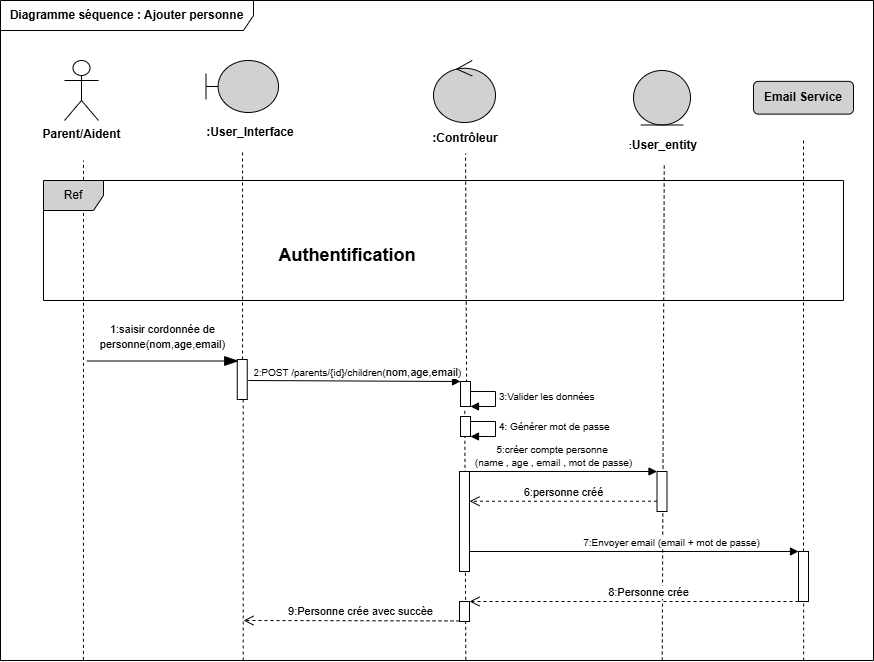
Above: images/DS_ Ajouter personne_S2.drawio.png in Hadil-fk/SafeTrack-rapport (draw.io), before the change. Source tidied: cells renumbered, new cells last; positions are measured from the earlier drawing's top-left corner, leaving out a move shared by most shapes.
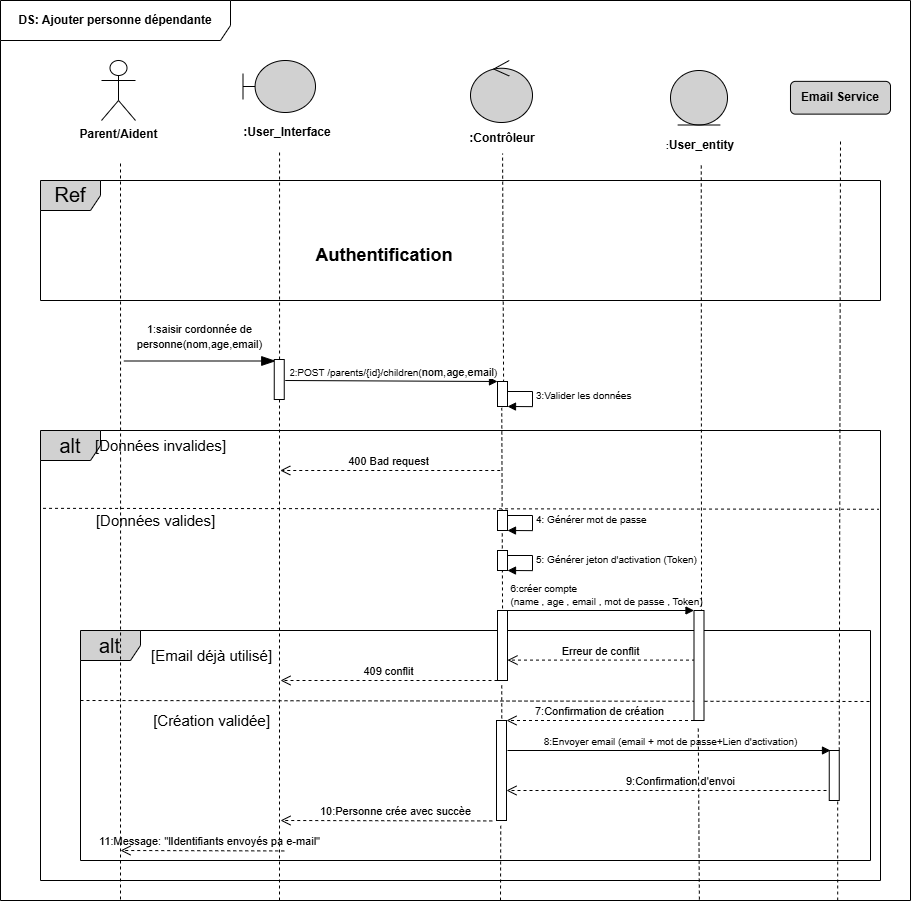
The same diagram one commit later.

The edit, as a diff of the source:
```diff
@@ -2,11 +2,16 @@
   <root>
     <mxCell id="0" />
     <mxCell id="1" parent="0" />
+    <mxCell id="33" style="endArrow=none;dashed=1;html=1;rounded=0;exitX=0.25;exitY=1;exitDx=0;exitDy=0;" parent="1" edge="1" source="54">
+      <mxGeometry relative="1" as="geometry">
+        <mxPoint x="83" y="160" as="targetPoint" />
+      </mxGeometry>
+    </mxCell>
-    <mxCell id="2" style="endArrow=none;dashed=1;html=1;rounded=0;entryX=0.425;entryY=1.053;entryDx=0;entryDy=0;entryPerimeter=0;exitX=0.533;exitY=0.999;exitDx=0;exitDy=0;exitPerimeter=0;" parent="1" edge="1" source="3" target="24">
+    <mxCell id="2" style="endArrow=none;dashed=1;html=1;rounded=0;entryX=0.425;entryY=1.053;entryDx=0;entryDy=0;entryPerimeter=0;exitX=0.533;exitY=0.999;exitDx=0;exitDy=0;exitPerimeter=0;" parent="1" edge="1" source="20" target="24">
       <mxGeometry relative="1" as="geometry" />
     </mxCell>
-    <mxCell id="3" value="&lt;b&gt;Diagramme séquence : Ajouter personne&lt;/b&gt;" style="shape=umlFrame;whiteSpace=wrap;html=1;width=253;height=30;" parent="1" vertex="1">
-      <mxGeometry width="873" height="660" as="geometry" />
+    <mxCell id="3" value="&lt;b&gt;DS: Ajouter personne dépendante&lt;/b&gt;" style="shape=umlFrame;whiteSpace=wrap;html=1;width=230;height=40;" parent="1" vertex="1">
+      <mxGeometry x="-37" width="910" height="900" as="geometry" />
     </mxCell>
     <mxCell id="4" value="&lt;font style=&quot;font-size: 12px;&quot;&gt;&lt;b&gt;Parent/Aident&lt;/b&gt;&lt;/font&gt;" style="shape=umlActor;verticalLabelPosition=bottom;verticalAlign=top;html=1;" parent="1" vertex="1">
       <mxGeometry x="64" y="60" width="34" height="60" as="geometry" />
@@ -35,7 +40,7 @@
     <mxCell id="12" style="endArrow=none;dashed=1;html=1;rounded=0;exitX=0.619;exitY=1.004;exitDx=0;exitDy=0;exitPerimeter=0;" parent="1" edge="1" source="24" target="8">
       <mxGeometry relative="1" as="geometry" />
     </mxCell>
-    <mxCell id="13" style="endArrow=none;dashed=1;html=1;rounded=0;entryX=0.425;entryY=1.053;entryDx=0;entryDy=0;entryPerimeter=0;exitX=0.758;exitY=1;exitDx=0;exitDy=0;exitPerimeter=0;" parent="1" edge="1" source="3">
+    <mxCell id="13" style="endArrow=none;dashed=1;html=1;rounded=0;entryX=0.425;entryY=1.053;entryDx=0;entryDy=0;entryPerimeter=0;exitX=0.758;exitY=1;exitDx=0;exitDy=0;exitPerimeter=0;" parent="1" edge="1" source="22">
       <mxGeometry relative="1" as="geometry">
         <mxPoint x="663.8" y="165" as="targetPoint" />
       </mxGeometry>
@@ -46,8 +51,10 @@
         <mxPoint x="238.2" y="360.5" as="targetPoint" />
       </mxGeometry>
     </mxCell>
-    <mxCell id="15" style="endArrow=none;dashed=1;html=1;rounded=0;exitX=0.278;exitY=1;exitDx=0;exitDy=0;exitPerimeter=0;" parent="1" edge="1" source="3" target="16">
-      <mxGeometry relative="1" as="geometry" />
+    <mxCell id="15" style="endArrow=none;dashed=1;html=1;rounded=0;" parent="1" edge="1" target="16">
+      <mxGeometry relative="1" as="geometry">
+        <mxPoint x="242" y="900" as="sourcePoint" />
+      </mxGeometry>
     </mxCell>
     <mxCell id="16" style="html=1;points=[[0,0,0,0,5],[0,1,0,0,-5],[1,0,0,0,5],[1,1,0,0,-5]];perimeter=orthogonalPerimeter;outlineConnect=0;targetShapes=umlLifeline;portConstraint=eastwest;newEdgeStyle={&quot;curved&quot;:0,&quot;rounded&quot;:0};" parent="1" vertex="1">
       <mxGeometry x="236.8" y="359" width="10" height="40" as="geometry" />
@@ -69,39 +76,37 @@
         </Array>
       </mxGeometry>
     </mxCell>
-    <mxCell id="20" style="html=1;points=[[0,0,0,0,5],[0,1,0,0,-5],[1,0,0,0,5],[1,1,0,0,-5]];perimeter=orthogonalPerimeter;outlineConnect=0;targetShapes=umlLifeline;portConstraint=eastwest;newEdgeStyle={&quot;curved&quot;:0,&quot;rounded&quot;:0};" parent="1" vertex="1">
-      <mxGeometry x="459" y="471" width="10" height="100" as="geometry" />
-    </mxCell>
-    <mxCell id="21" value="&lt;font style=&quot;font-size: 10px;&quot;&gt;5:créer compte personne&amp;nbsp;&lt;/font&gt;&lt;div&gt;&lt;font style=&quot;font-size: 10px;&quot;&gt;(name , age , email , mot de passe)&lt;/font&gt;&lt;/div&gt;" style="html=1;verticalAlign=bottom;endArrow=block;curved=0;rounded=0;" parent="1" edge="1" target="22">
-      <mxGeometry x="-0.05" relative="1" as="geometry">
-        <mxPoint x="460" y="471" as="sourcePoint" />
+    <mxCell id="21" value="&lt;div style=&quot;text-align: left;&quot;&gt;&lt;span style=&quot;font-size: 10px; background-color: transparent; color: light-dark(rgb(0, 0, 0), rgb(255, 255, 255));&quot;&gt;6:créer compte&lt;/span&gt;&lt;/div&gt;&lt;div style=&quot;text-align: left;&quot;&gt;&lt;span style=&quot;font-size: 10px; background-color: transparent; color: light-dark(rgb(0, 0, 0), rgb(255, 255, 255)); text-align: center;&quot;&gt;(name , age , email , mot de passe , Token)&lt;/span&gt;&lt;/div&gt;" style="html=1;verticalAlign=bottom;endArrow=block;curved=0;rounded=0;labelBackgroundColor=none;" parent="1" edge="1" target="22">
+      <mxGeometry x="0.11" relative="1" as="geometry">
+        <mxPoint x="460" y="610" as="sourcePoint" />
       </mxGeometry>
     </mxCell>
-    <mxCell id="22" style="html=1;points=[[0,0,0,0,5],[0,1,0,0,-5],[1,0,0,0,5],[1,1,0,0,-5]];perimeter=orthogonalPerimeter;outlineConnect=0;targetShapes=umlLifeline;portConstraint=eastwest;newEdgeStyle={&quot;curved&quot;:0,&quot;rounded&quot;:0};" parent="1" vertex="1">
-      <mxGeometry x="656.5" y="471" width="10" height="40" as="geometry" />
-    </mxCell>
-    <mxCell id="23" value="6:personne créé" style="html=1;verticalAlign=bottom;endArrow=open;dashed=1;endSize=8;curved=0;rounded=0;" parent="1" edge="1" target="20">
+    <mxCell id="23" value="Erreur de conflit" style="html=1;verticalAlign=bottom;endArrow=open;dashed=1;endSize=8;curved=0;rounded=0;" parent="1" edge="1">
       <mxGeometry relative="1" as="geometry">
-        <mxPoint x="656.5" y="500.7" as="sourcePoint" />
+        <mxPoint x="657.5" y="659.6" as="sourcePoint" />
+        <mxPoint x="470" y="659.6" as="targetPoint" />
       </mxGeometry>
     </mxCell>
     <mxCell id="24" style="html=1;points=[[0,0,0,0,5],[0,1,0,0,-5],[1,0,0,0,5],[1,1,0,0,-5]];perimeter=orthogonalPerimeter;outlineConnect=0;targetShapes=umlLifeline;portConstraint=eastwest;newEdgeStyle={&quot;curved&quot;:0,&quot;rounded&quot;:0};" parent="1" vertex="1">
       <mxGeometry x="460" y="381" width="10" height="25" as="geometry" />
     </mxCell>
-    <mxCell id="25" value="&lt;span style=&quot;font-size: 10px;&quot;&gt;4: Générer mot de passe&lt;/span&gt;" style="html=1;align=left;spacingLeft=2;endArrow=block;rounded=0;edgeStyle=orthogonalEdgeStyle;curved=0;rounded=0;" parent="1" edge="1" target="26">
+    <mxCell id="25" value="&lt;span style=&quot;font-size: 10px;&quot;&gt;5: Générer jeton d'activation (Token)&lt;/span&gt;" style="html=1;align=left;spacingLeft=2;endArrow=block;rounded=0;edgeStyle=orthogonalEdgeStyle;curved=0;rounded=0;" parent="1" edge="1" target="26">
       <mxGeometry relative="1" as="geometry">
-        <mxPoint x="465" y="421" as="sourcePoint" />
+        <mxPoint x="465" y="555" as="sourcePoint" />
         <Array as="points">
-          <mxPoint x="495" y="421" />
-          <mxPoint x="495" y="436" />
+          <mxPoint x="495" y="555" />
+          <mxPoint x="495" y="570" />
         </Array>
       </mxGeometry>
     </mxCell>
     <mxCell id="26" style="html=1;points=[[0,0,0,0,5],[0,1,0,0,-5],[1,0,0,0,5],[1,1,0,0,-5]];perimeter=orthogonalPerimeter;outlineConnect=0;targetShapes=umlLifeline;portConstraint=eastwest;newEdgeStyle={&quot;curved&quot;:0,&quot;rounded&quot;:0};" parent="1" vertex="1">
-      <mxGeometry x="460" y="416" width="10" height="20" as="geometry" />
+      <mxGeometry x="460" y="550" width="10" height="20" as="geometry" />
     </mxCell>
-    <mxCell id="27" value="&lt;span style=&quot;font-size: 10px;&quot;&gt;7:Envoyer email (email + mot de passe)&lt;/span&gt;" style="html=1;verticalAlign=bottom;endArrow=block;curved=0;rounded=0;" parent="1" edge="1" source="20" target="31">
-      <mxGeometry x="0.23" relative="1" as="geometry" />
+    <mxCell id="27" value="&lt;span style=&quot;font-size: 10px;&quot;&gt;8:Envoyer email (email + mot de passe+Lien d'activation)&lt;/span&gt;" style="html=1;verticalAlign=bottom;endArrow=block;curved=0;rounded=0;labelBackgroundColor=none;" parent="1" edge="1">
+      <mxGeometry x="0.01" relative="1" as="geometry">
+        <mxPoint x="470" y="750" as="sourcePoint" />
+        <mxPoint x="793" y="750" as="targetPoint" />
+      </mxGeometry>
     </mxCell>
     <mxCell id="28" value="&lt;b&gt;Email Service&lt;/b&gt;" style="rounded=1;whiteSpace=wrap;html=1;fillColor=#D1D1D1;" parent="1" vertex="1">
       <mxGeometry x="753" y="80.9" width="100" height="32.8" as="geometry" />
@@ -115,32 +120,113 @@
       <mxGeometry relative="1" as="geometry" />
     </mxCell>
     <mxCell id="31" style="html=1;points=[[0,0,0,0,5],[0,1,0,0,-5],[1,0,0,0,5],[1,1,0,0,-5]];perimeter=orthogonalPerimeter;outlineConnect=0;targetShapes=umlLifeline;portConstraint=eastwest;newEdgeStyle={&quot;curved&quot;:0,&quot;rounded&quot;:0};" parent="1" vertex="1">
-      <mxGeometry x="798" y="551" width="10" height="50" as="geometry" />
+      <mxGeometry x="791.8" y="750" width="10" height="50" as="geometry" />
     </mxCell>
-    <mxCell id="32" value="8:Personne crée" style="html=1;verticalAlign=bottom;endArrow=open;dashed=1;endSize=8;curved=0;rounded=0;" parent="1" edge="1" target="34">
+    <mxCell id="32" value="9:Confirmation d'envoi" style="html=1;verticalAlign=bottom;endArrow=open;dashed=1;endSize=8;curved=0;rounded=0;" parent="1" edge="1" target="53">
       <mxGeometry x="-0.09" relative="1" as="geometry">
-        <mxPoint x="798" y="601" as="sourcePoint" />
+        <mxPoint x="789" y="790" as="sourcePoint" />
       </mxGeometry>
     </mxCell>
-    <mxCell id="33" style="endArrow=none;dashed=1;html=1;rounded=0;exitX=0.095;exitY=0.999;exitDx=0;exitDy=0;exitPerimeter=0;" parent="1" edge="1" source="3">
-      <mxGeometry relative="1" as="geometry">
-        <mxPoint x="83" y="160" as="targetPoint" />
-      </mxGeometry>
-    </mxCell>
-    <mxCell id="34" style="html=1;points=[[0,0,0,0,5],[0,1,0,0,-5],[1,0,0,0,5],[1,1,0,0,-5]];perimeter=orthogonalPerimeter;outlineConnect=0;targetShapes=umlLifeline;portConstraint=eastwest;newEdgeStyle={&quot;curved&quot;:0,&quot;rounded&quot;:0};" parent="1" vertex="1">
-      <mxGeometry x="459" y="601" width="10" height="20" as="geometry" />
-    </mxCell>
-    <mxCell id="35" value="9:Personne crée avec succèe" style="html=1;verticalAlign=bottom;endArrow=open;dashed=1;endSize=8;curved=0;rounded=0;" parent="1" edge="1">
+    <mxCell id="35" value="10:Personne crée avec succèe" style="html=1;verticalAlign=bottom;endArrow=open;dashed=1;endSize=8;curved=0;rounded=0;" parent="1" edge="1">
       <mxGeometry x="-0.09" relative="1" as="geometry">
-        <mxPoint x="459" y="620.4" as="sourcePoint" />
-        <mxPoint x="243" y="620" as="targetPoint" />
+        <mxPoint x="454.8" y="820.4" as="sourcePoint" />
+        <mxPoint x="243" y="820" as="targetPoint" />
       </mxGeometry>
     </mxCell>
-    <mxCell id="36" value="Ref" style="shape=umlFrame;whiteSpace=wrap;html=1;fillColor=#D1D1D1;" parent="1" vertex="1">
-      <mxGeometry x="43" y="180" width="800" height="120" as="geometry" />
+    <mxCell id="36" value="&lt;font style=&quot;font-size: 20px;&quot;&gt;Ref&lt;/font&gt;" style="shape=umlFrame;whiteSpace=wrap;html=1;fillColor=#D1D1D1;" parent="1" vertex="1">
+      <mxGeometry x="3" y="180" width="840" height="120" as="geometry" />
     </mxCell>
     <mxCell id="37" value="&lt;b style=&quot;font-size: 18px;&quot;&gt;Authentification&lt;/b&gt;" style="text;html=1;whiteSpace=wrap;strokeColor=none;fillColor=none;align=center;verticalAlign=middle;rounded=0;" parent="1" vertex="1">
       <mxGeometry x="236.8" y="240" width="220" height="30" as="geometry" />
     </mxCell>
+    <mxCell id="38" value="&lt;font style=&quot;font-size: 20px;&quot;&gt;alt&lt;/font&gt;" style="shape=umlFrame;whiteSpace=wrap;html=1;labelBackgroundColor=none;fillColor=#D1D1D1;" parent="1" vertex="1">
+      <mxGeometry x="3" y="430" width="840" height="450" as="geometry" />
+    </mxCell>
+    <mxCell id="39" value="400 Bad request" style="html=1;verticalAlign=bottom;endArrow=open;dashed=1;endSize=8;curved=0;rounded=0;" parent="1" edge="1">
+      <mxGeometry relative="1" as="geometry">
+        <mxPoint x="462.8" y="470" as="sourcePoint" />
+        <mxPoint x="242.8" y="470" as="targetPoint" />
+      </mxGeometry>
+    </mxCell>
+    <mxCell id="40" style="endArrow=none;dashed=1;html=1;rounded=0;exitX=0.003;exitY=0.173;exitDx=0;exitDy=0;exitPerimeter=0;entryX=0.998;entryY=0.175;entryDx=0;entryDy=0;entryPerimeter=0;" parent="1" edge="1" source="38" target="38">
+      <mxGeometry relative="1" as="geometry" />
+    </mxCell>
+    <mxCell id="41" value="&lt;font style=&quot;font-size: 15px;&quot;&gt;[Données valides]&lt;/font&gt;" style="text;html=1;whiteSpace=wrap;strokeColor=none;fillColor=none;align=center;verticalAlign=middle;rounded=0;" parent="1" vertex="1">
+      <mxGeometry x="37" y="505" width="163.2" height="30" as="geometry" />
+    </mxCell>
+    <mxCell id="42" value="&lt;span style=&quot;font-size: 10px;&quot;&gt;4: Générer mot de passe&lt;/span&gt;" style="html=1;align=left;spacingLeft=2;endArrow=block;rounded=0;edgeStyle=orthogonalEdgeStyle;curved=0;rounded=0;" parent="1" edge="1" target="43">
+      <mxGeometry relative="1" as="geometry">
+        <mxPoint x="465" y="515" as="sourcePoint" />
+        <Array as="points">
+          <mxPoint x="495" y="515" />
+          <mxPoint x="495" y="530" />
+        </Array>
+      </mxGeometry>
+    </mxCell>
+    <mxCell id="43" style="html=1;points=[[0,0,0,0,5],[0,1,0,0,-5],[1,0,0,0,5],[1,1,0,0,-5]];perimeter=orthogonalPerimeter;outlineConnect=0;targetShapes=umlLifeline;portConstraint=eastwest;newEdgeStyle={&quot;curved&quot;:0,&quot;rounded&quot;:0};" parent="1" vertex="1">
+      <mxGeometry x="460" y="510" width="10" height="20" as="geometry" />
+    </mxCell>
+    <mxCell id="44" value="&lt;font style=&quot;font-size: 20px;&quot;&gt;alt&lt;/font&gt;" style="shape=umlFrame;whiteSpace=wrap;html=1;fillColor=#D1D1D1;" parent="1" vertex="1">
+      <mxGeometry x="43" y="630" width="790" height="230" as="geometry" />
+    </mxCell>
+    <mxCell id="45" style="endArrow=none;dashed=1;html=1;rounded=0;entryX=0.425;entryY=1.053;entryDx=0;entryDy=0;entryPerimeter=0;exitX=0.533;exitY=0.999;exitDx=0;exitDy=0;exitPerimeter=0;" parent="1" edge="1" source="53" target="20">
+      <mxGeometry relative="1" as="geometry" />
+    </mxCell>
+    <mxCell id="20" style="html=1;points=[[0,0,0,0,5],[0,1,0,0,-5],[1,0,0,0,5],[1,1,0,0,-5]];perimeter=orthogonalPerimeter;outlineConnect=0;targetShapes=umlLifeline;portConstraint=eastwest;newEdgeStyle={&quot;curved&quot;:0,&quot;rounded&quot;:0};" parent="1" vertex="1">
+      <mxGeometry x="460" y="610" width="10" height="70" as="geometry" />
+    </mxCell>
+    <mxCell id="46" style="endArrow=none;dashed=1;html=1;rounded=0;entryX=0.425;entryY=1.053;entryDx=0;entryDy=0;entryPerimeter=0;exitX=0.768;exitY=0.999;exitDx=0;exitDy=0;exitPerimeter=0;" parent="1" edge="1" source="3" target="22">
+      <mxGeometry relative="1" as="geometry" />
+    </mxCell>
+    <mxCell id="47" value="409 conflit" style="html=1;verticalAlign=bottom;endArrow=open;dashed=1;endSize=8;curved=0;rounded=0;" parent="1" edge="1" source="20">
+      <mxGeometry relative="1" as="geometry">
+        <mxPoint x="243" y="680" as="targetPoint" />
+        <Array as="points">
+          <mxPoint x="443" y="680" />
+        </Array>
+      </mxGeometry>
+    </mxCell>
+    <mxCell id="48" style="endArrow=none;dashed=1;html=1;rounded=0;entryX=0.998;entryY=0.175;entryDx=0;entryDy=0;entryPerimeter=0;" parent="1" edge="1">
+      <mxGeometry relative="1" as="geometry">
+        <mxPoint x="43" y="700" as="sourcePoint" />
+        <mxPoint x="834.5" y="701" as="targetPoint" />
+      </mxGeometry>
+    </mxCell>
+    <mxCell id="49" value="7:Confirmation de création" style="html=1;verticalAlign=bottom;endArrow=open;dashed=1;endSize=8;curved=0;rounded=0;" parent="1" edge="1" target="53">
+      <mxGeometry relative="1" as="geometry">
+        <mxPoint x="656.5" y="720" as="sourcePoint" />
+      </mxGeometry>
+    </mxCell>
+    <mxCell id="50" value="&lt;font style=&quot;font-size: 15px;&quot;&gt;[Email déjà utilisé]&lt;/font&gt;" style="text;html=1;whiteSpace=wrap;strokeColor=none;fillColor=none;align=center;verticalAlign=middle;rounded=0;" parent="1" vertex="1">
+      <mxGeometry x="93" y="640" width="163.2" height="30" as="geometry" />
+    </mxCell>
+    <mxCell id="51" value="&lt;font style=&quot;font-size: 15px;&quot;&gt;[Création validée]&lt;/font&gt;" style="text;html=1;whiteSpace=wrap;strokeColor=none;fillColor=none;align=center;verticalAlign=middle;rounded=0;" parent="1" vertex="1">
+      <mxGeometry x="93" y="705" width="163.2" height="30" as="geometry" />
+    </mxCell>
+    <mxCell id="22" style="html=1;points=[[0,0,0,0,5],[0,1,0,0,-5],[1,0,0,0,5],[1,1,0,0,-5]];perimeter=orthogonalPerimeter;outlineConnect=0;targetShapes=umlLifeline;portConstraint=eastwest;newEdgeStyle={&quot;curved&quot;:0,&quot;rounded&quot;:0};" parent="1" vertex="1">
+      <mxGeometry x="656.5" y="610" width="10" height="110" as="geometry" />
+    </mxCell>
+    <mxCell id="52" style="endArrow=none;dashed=1;html=1;rounded=0;entryX=0.425;entryY=1.053;entryDx=0;entryDy=0;entryPerimeter=0;" parent="1" edge="1" target="53">
+      <mxGeometry relative="1" as="geometry">
+        <mxPoint x="463" y="900" as="sourcePoint" />
+      </mxGeometry>
+    </mxCell>
+    <mxCell id="53" style="html=1;points=[[0,0,0,0,5],[0,1,0,0,-5],[1,0,0,0,5],[1,1,0,0,-5]];perimeter=orthogonalPerimeter;outlineConnect=0;targetShapes=umlLifeline;portConstraint=eastwest;newEdgeStyle={&quot;curved&quot;:0,&quot;rounded&quot;:0};" parent="1" vertex="1">
+      <mxGeometry x="459" y="720" width="10" height="100" as="geometry" />
+    </mxCell>
+    <mxCell id="54" value="&lt;font style=&quot;font-size: 15px;&quot;&gt;[Données invalides]&lt;/font&gt;" style="text;html=1;whiteSpace=wrap;strokeColor=none;fillColor=none;align=center;verticalAlign=middle;rounded=0;" parent="1" vertex="1">
+      <mxGeometry x="42.2" y="430" width="163.2" height="30" as="geometry" />
+    </mxCell>
+    <mxCell id="55" style="endArrow=none;dashed=1;html=1;rounded=0;entryX=0.25;entryY=1;entryDx=0;entryDy=0;" parent="1" edge="1" target="54">
+      <mxGeometry relative="1" as="geometry">
+        <mxPoint x="83" y="899" as="sourcePoint" />
+      </mxGeometry>
+    </mxCell>
+    <mxCell id="56" value="11:Message: &quot;lIdentifiants envoyés pa e-mail&quot;" style="html=1;verticalAlign=bottom;endArrow=open;dashed=1;endSize=8;curved=0;rounded=0;labelBackgroundColor=none;" parent="1" edge="1">
+      <mxGeometry x="-0.09" relative="1" as="geometry">
+        <mxPoint x="246.8" y="850.4" as="sourcePoint" />
+        <mxPoint x="83" y="850" as="targetPoint" />
+      </mxGeometry>
+    </mxCell>
   </root>
 </mxGraphModel>
```
